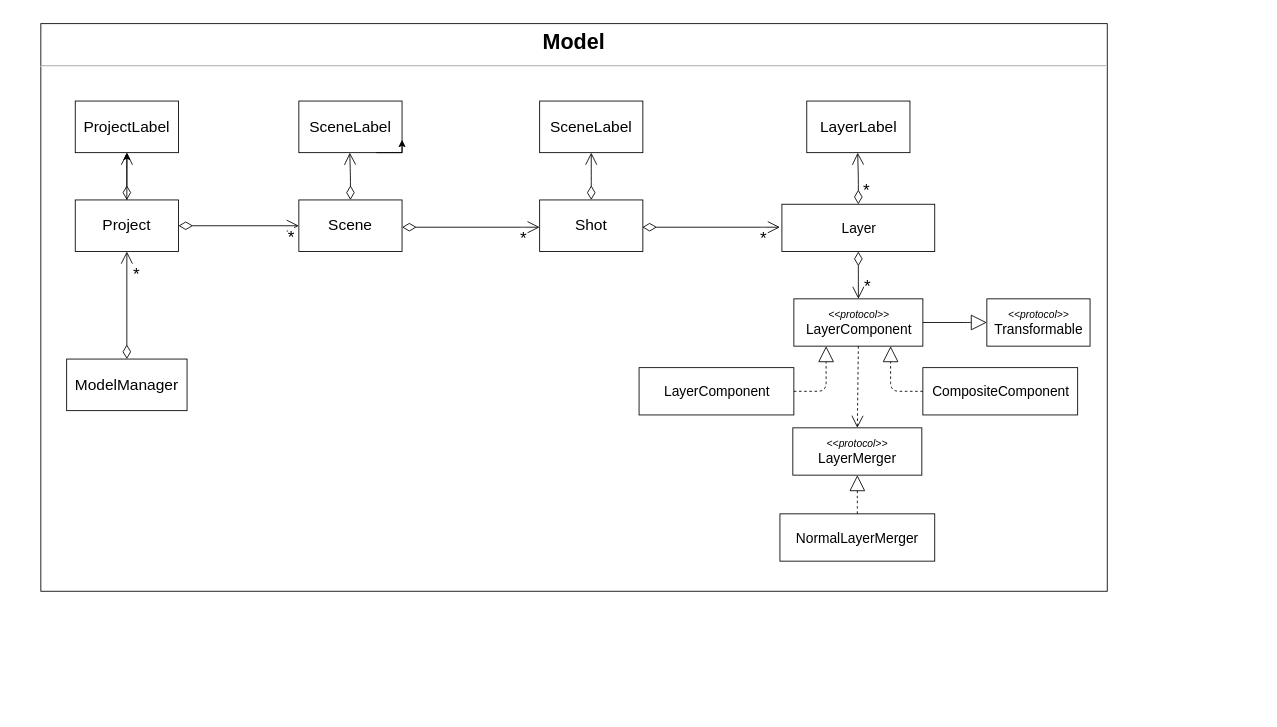
CS3217-Storyteller/storyteller-app keeps this draw.io diagram as diagrams/ModelDiagram.drawio. Above is the earlier version. Source tidied: cells renumbered, new cells numbered last; positions are measured from the earlier drawing's top-left corner, leaving out a move shared by most shapes. Both pictures are drawn from the tidied source at 86%, with x=0, y=0 at pixel (40, 23).
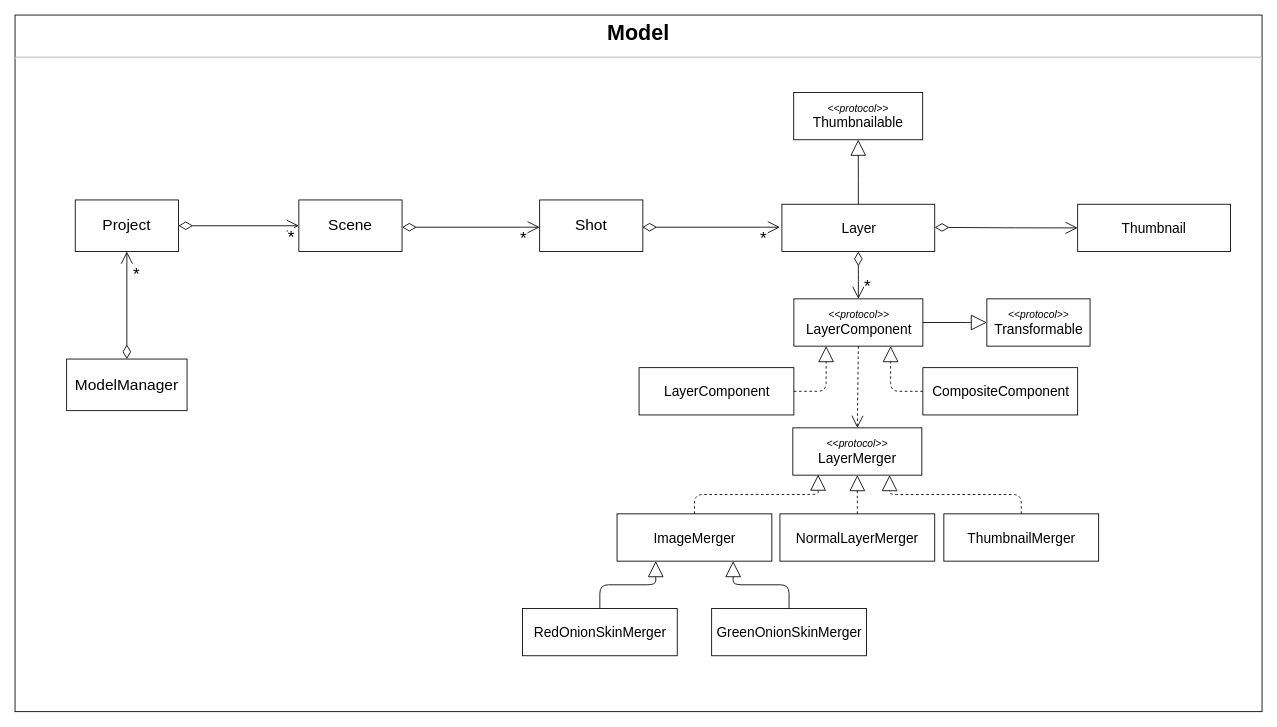
After the change.

Commit message (it also covers changes not shown here):
Update Layer and Model diagrams

The change refers to these unchanged cells:
```xml
<mxCell id="4" value="&lt;span style=&quot;font-size: 16px&quot;&gt;Layer&lt;/span&gt;" style="html=1;" parent="1" vertex="1">
  <mxGeometry x="861.7" y="210" width="177.7" height="55" as="geometry" />
</mxCell>
<mxCell id="14" value="&lt;font&gt;&lt;font style=&quot;font-size: 12px&quot;&gt;&lt;i&gt;&amp;lt;&amp;lt;protocol&amp;gt;&amp;gt;&lt;/i&gt;&lt;/font&gt;&lt;br&gt;&lt;span style=&quot;font-size: 16px&quot;&gt;LayerMerger&lt;/span&gt;&lt;br&gt;&lt;/font&gt;" style="html=1;" parent="1" vertex="1">
  <mxGeometry x="874.4" y="470" width="150" height="55" as="geometry" />
</mxCell>
<mxCell id="19" value="&lt;span style=&quot;font-size: 18px&quot;&gt;Project&lt;/span&gt;" style="rounded=0;whiteSpace=wrap;html=1;" parent="1" vertex="1">
  <mxGeometry x="40" y="205" width="120" height="60" as="geometry" />
</mxCell>
<mxCell id="20" value="&lt;span style=&quot;font-size: 18px&quot;&gt;Scene&lt;/span&gt;" style="rounded=0;whiteSpace=wrap;html=1;" parent="1" vertex="1">
  <mxGeometry x="300" y="205" width="120" height="60" as="geometry" />
</mxCell>
<mxCell id="22" value="&lt;span style=&quot;font-size: 18px&quot;&gt;Shot&lt;/span&gt;" style="rounded=0;whiteSpace=wrap;html=1;" parent="1" vertex="1">
  <mxGeometry x="580" y="205" width="120" height="60" as="geometry" />
</mxCell>
```

Change to the diagram source:
```diff
@@
     <mxCell id="2" value="&lt;p style=&quot;margin: 6px 0px 0px ; text-align: center ; font-size: 25px&quot;&gt;&lt;b&gt;&lt;font style=&quot;font-size: 25px&quot;&gt;Model&lt;/font&gt;&lt;/b&gt;&lt;/p&gt;&lt;hr style=&quot;font-size: 25px&quot;&gt;&lt;p style=&quot;margin: 0px 0px 0px 8px ; font-size: 25px&quot;&gt;&lt;br&gt;&lt;/p&gt;" style="align=left;overflow=fill;html=1;" parent="1" vertex="1">
-      <mxGeometry width="1240" height="660" as="geometry" />
+      <mxGeometry x="-30" y="-10" width="1450" height="810" as="geometry" />
     </mxCell>
@@
-    <mxCell id="18" style="edgeStyle=orthogonalEdgeStyle;rounded=0;jettySize=auto;html=1;" parent="1" edge="1" source="19" target="31">
-      <mxGeometry relative="1" as="geometry" />
-    </mxCell>
@@
-    <mxCell id="21" style="endArrow=open;html=1;endSize=12;startArrow=diamondThin;startSize=14;startFill=0;edgeStyle=orthogonalEdgeStyle;align=left;verticalAlign=bottom;exitX=0.5;exitY=0;exitDx=0;exitDy=0;" parent="1" edge="1" source="22">
-      <mxGeometry x="155.1" y="-916" as="geometry">
-        <mxPoint x="640" y="150" as="targetPoint" />
-      </mxGeometry>
-    </mxCell>
@@
-    <mxCell id="23" style="endArrow=open;html=1;endSize=12;startArrow=diamondThin;startSize=14;startFill=0;edgeStyle=orthogonalEdgeStyle;align=left;verticalAlign=bottom;exitX=0.5;exitY=0;exitDx=0;exitDy=0;entryX=0.5;entryY=0;entryDx=0;entryDy=0;" parent="1" edge="1" source="4">
-      <mxGeometry x="470.7" y="-916" as="geometry">
-        <mxPoint x="949.8" y="150" as="targetPoint" />
-      </mxGeometry>
-    </mxCell>
-    <mxCell id="24" value="&lt;font style=&quot;font-size: 20px&quot;&gt;*&lt;/font&gt;" style="edgeLabel;html=1;align=center;verticalAlign=middle;" parent="23" vertex="1">
-      <mxGeometry relative="1" as="geometry">
-        <mxPoint x="9.4" y="12" as="offset" />
-      </mxGeometry>
-    </mxCell>
@@
-    <mxCell id="31" value="&lt;span style=&quot;font-size: 18px&quot;&gt;ProjectLabel&lt;/span&gt;" style="rounded=0;whiteSpace=wrap;html=1;" parent="1" vertex="1">
-      <mxGeometry x="40" y="90" width="120" height="60" as="geometry" />
-    </mxCell>
-    <mxCell id="32" value="&lt;span style=&quot;font-size: 18px&quot;&gt;SceneLabel&lt;/span&gt;" style="rounded=0;whiteSpace=wrap;html=1;" parent="1" vertex="1">
-      <mxGeometry x="300" y="90" width="120" height="60" as="geometry" />
-    </mxCell>
-    <mxCell id="33" style="edgeStyle=orthogonalEdgeStyle;rounded=0;orthogonalLoop=1;jettySize=auto;html=1;exitX=0.75;exitY=1;exitDx=0;exitDy=0;entryX=1;entryY=0.75;entryDx=0;entryDy=0;" parent="1" edge="1" source="32" target="32">
-      <mxGeometry relative="1" as="geometry" />
-    </mxCell>
-    <mxCell id="34" value="&lt;span style=&quot;font-size: 18px&quot;&gt;SceneLabel&lt;/span&gt;" style="rounded=0;whiteSpace=wrap;html=1;" parent="1" vertex="1">
-      <mxGeometry x="580" y="90" width="120" height="60" as="geometry" />
-    </mxCell>
-    <mxCell id="35" value="&lt;span style=&quot;font-size: 18px&quot;&gt;LayerLabel&lt;/span&gt;" style="rounded=0;whiteSpace=wrap;html=1;" parent="1" vertex="1">
-      <mxGeometry x="890.6" y="90" width="120" height="60" as="geometry" />
-    </mxCell>
-    <mxCell id="36" style="endArrow=open;html=1;endSize=12;startArrow=diamondThin;startSize=14;startFill=0;edgeStyle=orthogonalEdgeStyle;align=left;verticalAlign=bottom;exitX=0.5;exitY=0;exitDx=0;exitDy=0;entryX=0.5;entryY=0;entryDx=0;entryDy=0;" parent="1" edge="1" source="19">
-      <mxGeometry x="-379" y="-916" as="geometry">
-        <mxPoint x="100.1" y="150" as="targetPoint" />
-      </mxGeometry>
-    </mxCell>
-    <mxCell id="37" style="endArrow=open;html=1;endSize=12;startArrow=diamondThin;startSize=14;startFill=0;edgeStyle=orthogonalEdgeStyle;align=left;verticalAlign=bottom;exitX=0.5;exitY=0;exitDx=0;exitDy=0;entryX=0.5;entryY=0;entryDx=0;entryDy=0;" parent="1" edge="1" source="20">
-      <mxGeometry x="-119.9" y="-916" as="geometry">
-        <mxPoint x="359.2" y="150" as="targetPoint" />
-      </mxGeometry>
-    </mxCell>
@@
+    <mxCell id="41" value="&lt;font style=&quot;font-size: 16px&quot;&gt;ImageMerger&lt;/font&gt;" style="html=1;" parent="1" vertex="1">
+      <mxGeometry x="670" y="570" width="180" height="55" as="geometry" />
+    </mxCell>
+    <mxCell id="42" style="endArrow=block;endSize=16;endFill=0;html=1;fontSize=15;entryX=0.196;entryY=0.99;entryDx=0;entryDy=0;edgeStyle=orthogonalEdgeStyle;dashed=1;entryPerimeter=0;exitX=0.5;exitY=0;exitDx=0;exitDy=0;" parent="1" edge="1" source="41" target="14">
+      <mxGeometry relative="1" as="geometry" />
+    </mxCell>
+    <mxCell id="43" value="&lt;font style=&quot;font-size: 16px&quot;&gt;ThumbnailMerger&lt;/font&gt;" style="html=1;" parent="1" vertex="1">
+      <mxGeometry x="1050" y="570" width="180" height="55" as="geometry" />
+    </mxCell>
+    <mxCell id="44" style="endArrow=block;endSize=16;endFill=0;html=1;fontSize=15;entryX=0.75;entryY=1;entryDx=0;entryDy=0;edgeStyle=orthogonalEdgeStyle;dashed=1;exitX=0.5;exitY=0;exitDx=0;exitDy=0;" parent="1" edge="1" source="43" target="14">
+      <mxGeometry relative="1" as="geometry" />
+    </mxCell>
+    <mxCell id="45" value="&lt;font style=&quot;font-size: 16px&quot;&gt;RedOnionSkinMerger&lt;/font&gt;" style="html=1;" parent="1" vertex="1">
+      <mxGeometry x="560" y="680" width="180" height="55" as="geometry" />
+    </mxCell>
+    <mxCell id="46" value="&lt;font style=&quot;font-size: 16px&quot;&gt;GreenOnionSkinMerger&lt;/font&gt;" style="html=1;" parent="1" vertex="1">
+      <mxGeometry x="780" y="680" width="180" height="55" as="geometry" />
+    </mxCell>
+    <mxCell id="47" style="endArrow=block;endSize=16;endFill=0;html=1;fontSize=15;entryX=0.25;entryY=1;entryDx=0;entryDy=0;edgeStyle=orthogonalEdgeStyle;exitX=0.5;exitY=0;exitDx=0;exitDy=0;" parent="1" edge="1" source="45" target="41">
+      <mxGeometry relative="1" as="geometry" />
+    </mxCell>
+    <mxCell id="48" style="endArrow=block;endSize=16;endFill=0;html=1;fontSize=15;entryX=0.75;entryY=1;entryDx=0;entryDy=0;edgeStyle=orthogonalEdgeStyle;exitX=0.5;exitY=0;exitDx=0;exitDy=0;" parent="1" edge="1" source="46" target="41">
+      <mxGeometry relative="1" as="geometry" />
+    </mxCell>
+    <mxCell id="49" value="&lt;span style=&quot;font-size: 16px&quot;&gt;Thumbnail&lt;/span&gt;" style="html=1;" parent="1" vertex="1">
+      <mxGeometry x="1205.6" y="210" width="177.7" height="55" as="geometry" />
+    </mxCell>
+    <mxCell id="50" style="endArrow=open;html=1;endSize=12;startArrow=diamondThin;startSize=14;startFill=0;edgeStyle=orthogonalEdgeStyle;align=left;verticalAlign=bottom;exitX=1;exitY=0.5;exitDx=0;exitDy=0;entryX=0;entryY=0.5;entryDx=0;entryDy=0;" parent="1" edge="1" target="49">
+      <mxGeometry x="710.3" y="-684.1" as="geometry">
+        <mxPoint x="1039.4" y="236.9" as="sourcePoint" />
+      </mxGeometry>
+    </mxCell>
+    <mxCell id="51" style="endArrow=block;endSize=16;endFill=0;html=1;fontSize=15;exitX=0.5;exitY=0;exitDx=0;exitDy=0;edgeStyle=orthogonalEdgeStyle;entryX=0.5;entryY=1;entryDx=0;entryDy=0;" parent="1" edge="1" source="4" target="52">
+      <mxGeometry relative="1" as="geometry" />
+    </mxCell>
+    <mxCell id="52" value="&lt;font&gt;&lt;font style=&quot;font-size: 12px&quot;&gt;&lt;i&gt;&amp;lt;&amp;lt;protocol&amp;gt;&amp;gt;&lt;/i&gt;&lt;/font&gt;&lt;br&gt;&lt;span style=&quot;font-size: 16px&quot;&gt;Thumbnailable&lt;/span&gt;&lt;br&gt;&lt;/font&gt;" style="html=1;" parent="1" vertex="1">
+      <mxGeometry x="875.4" y="80" width="150" height="55" as="geometry" />
+    </mxCell>
```
